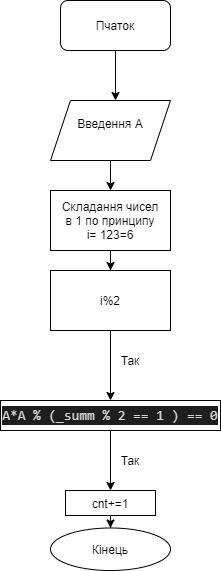
The draw.io diagram __pycache__/Untitled Diagram.png in ilya-ovramets/-1-, before a commit. Source tidied: cells renumbered, new cells last; positions are measured from the earlier drawing's top-left corner, leaving out a move shared by most shapes.
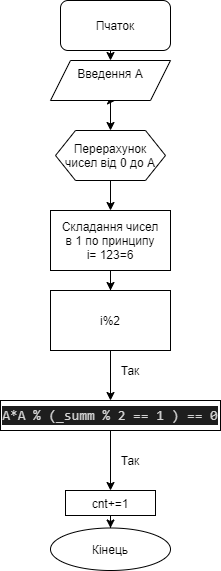
Later version of the same file.

Diff of the diagram source:
```diff
@@ -2,7 +2,7 @@
   <root>
     <mxCell id="0" />
     <mxCell id="1" parent="0" />
-    <mxCell id="2" style="edgeStyle=orthogonalEdgeStyle;rounded=0;jettySize=auto;html=1;exitX=0.5;exitY=1;exitDx=0;exitDy=0;entryX=0.5;entryY=0;entryDx=0;entryDy=0;" parent="1" edge="1" source="3">
+    <mxCell id="2" style="edgeStyle=orthogonalEdgeStyle;rounded=0;jettySize=auto;html=1;exitX=0.5;exitY=1;exitDx=0;exitDy=0;entryX=0.5;entryY=0;entryDx=0;entryDy=0;" parent="1" edge="1" source="5">
       <mxGeometry relative="1" as="geometry">
         <mxPoint x="115" y="100" as="targetPoint" />
       </mxGeometry>
@@ -10,23 +10,22 @@
     <mxCell id="3" value="Пчаток" style="rounded=1;whiteSpace=wrap;html=1;" parent="1" vertex="1">
       <mxGeometry x="60" width="110" height="50" as="geometry" />
     </mxCell>
-    <mxCell id="4" style="edgeStyle=orthogonalEdgeStyle;rounded=0;jettySize=auto;html=1;" parent="1" edge="1" source="5" target="7">
-      <mxGeometry relative="1" as="geometry" />
+    <mxCell id="4" style="edgeStyle=orthogonalEdgeStyle;rounded=0;jettySize=auto;html=1;" parent="1" edge="1" target="7">
+      <mxGeometry relative="1" as="geometry">
+        <mxPoint x="110" y="180" as="sourcePoint" />
+      </mxGeometry>
     </mxCell>
-    <mxCell id="5" value="Введення А&lt;br&gt;&lt;br&gt;" style="shape=parallelogram;perimeter=parallelogramPerimeter;whiteSpace=wrap;html=1;fixedSize=1;" parent="1" vertex="1">
-      <mxGeometry x="50" y="100" width="120" height="60" as="geometry" />
-    </mxCell>
     <mxCell id="6" style="edgeStyle=orthogonalEdgeStyle;rounded=0;jettySize=auto;html=1;exitX=0.5;exitY=1;exitDx=0;exitDy=0;" parent="1" edge="1" source="7" target="9">
       <mxGeometry relative="1" as="geometry" />
     </mxCell>
     <mxCell id="7" value="Складання чисел&lt;br&gt;в 1 по принципу&lt;br&gt;i= 123=6" style="whiteSpace=wrap;html=1;" parent="1" vertex="1">
-      <mxGeometry x="50" y="190" width="120" height="60" as="geometry" />
+      <mxGeometry x="50" y="210" width="120" height="60" as="geometry" />
     </mxCell>
     <mxCell id="8" style="edgeStyle=orthogonalEdgeStyle;rounded=0;jettySize=auto;html=1;" parent="1" edge="1" source="9" target="11">
       <mxGeometry relative="1" as="geometry" />
     </mxCell>
     <mxCell id="9" value="i%2" style="rounded=0;whiteSpace=wrap;html=1;" parent="1" vertex="1">
-      <mxGeometry x="50" y="270" width="120" height="60" as="geometry" />
+      <mxGeometry x="50" y="290" width="120" height="60" as="geometry" />
     </mxCell>
     <mxCell id="10" style="edgeStyle=orthogonalEdgeStyle;rounded=0;jettySize=auto;html=1;" parent="1" edge="1" source="11" target="14">
       <mxGeometry relative="1" as="geometry" />
@@ -35,7 +34,7 @@
       <mxGeometry y="400" width="220" height="30" as="geometry" />
     </mxCell>
     <mxCell id="12" value="Так" style="text;html=1;strokeColor=none;fillColor=none;align=center;verticalAlign=middle;whiteSpace=wrap;rounded=0;" parent="1" vertex="1">
-      <mxGeometry x="110" y="350" width="40" height="20" as="geometry" />
+      <mxGeometry x="110" y="360" width="40" height="20" as="geometry" />
     </mxCell>
     <mxCell id="13" style="edgeStyle=orthogonalEdgeStyle;rounded=0;jettySize=auto;html=1;" parent="1" edge="1" source="14" target="15">
       <mxGeometry relative="1" as="geometry" />
@@ -49,5 +48,17 @@
     <mxCell id="16" value="Так" style="text;html=1;strokeColor=none;fillColor=none;align=center;verticalAlign=middle;whiteSpace=wrap;rounded=0;" parent="1" vertex="1">
       <mxGeometry x="110" y="450" width="40" height="20" as="geometry" />
     </mxCell>
+    <mxCell id="17" style="edgeStyle=orthogonalEdgeStyle;rounded=0;jettySize=auto;html=1;entryX=0.5;entryY=0;entryDx=0;entryDy=0;" parent="1" edge="1" source="5" target="19">
+      <mxGeometry relative="1" as="geometry" />
+    </mxCell>
+    <mxCell id="5" value="Введення А&lt;br&gt;&lt;br&gt;" style="shape=parallelogram;perimeter=parallelogramPerimeter;whiteSpace=wrap;html=1;fixedSize=1;" parent="1" vertex="1">
+      <mxGeometry x="50" y="60" width="120" height="40" as="geometry" />
+    </mxCell>
+    <mxCell id="18" style="edgeStyle=orthogonalEdgeStyle;rounded=0;jettySize=auto;html=1;exitX=0.5;exitY=1;exitDx=0;exitDy=0;entryX=0.5;entryY=0;entryDx=0;entryDy=0;" parent="1" edge="1" source="3" target="5">
+      <mxGeometry relative="1" as="geometry" />
+    </mxCell>
+    <mxCell id="19" value="Перерахунок чисел від 0 до А" style="shape=hexagon;perimeter=hexagonPerimeter2;whiteSpace=wrap;html=1;fixedSize=1;" parent="1" vertex="1">
+      <mxGeometry x="55" y="130" width="110" height="50" as="geometry" />
+    </mxCell>
   </root>
 </mxGraphModel>
```
